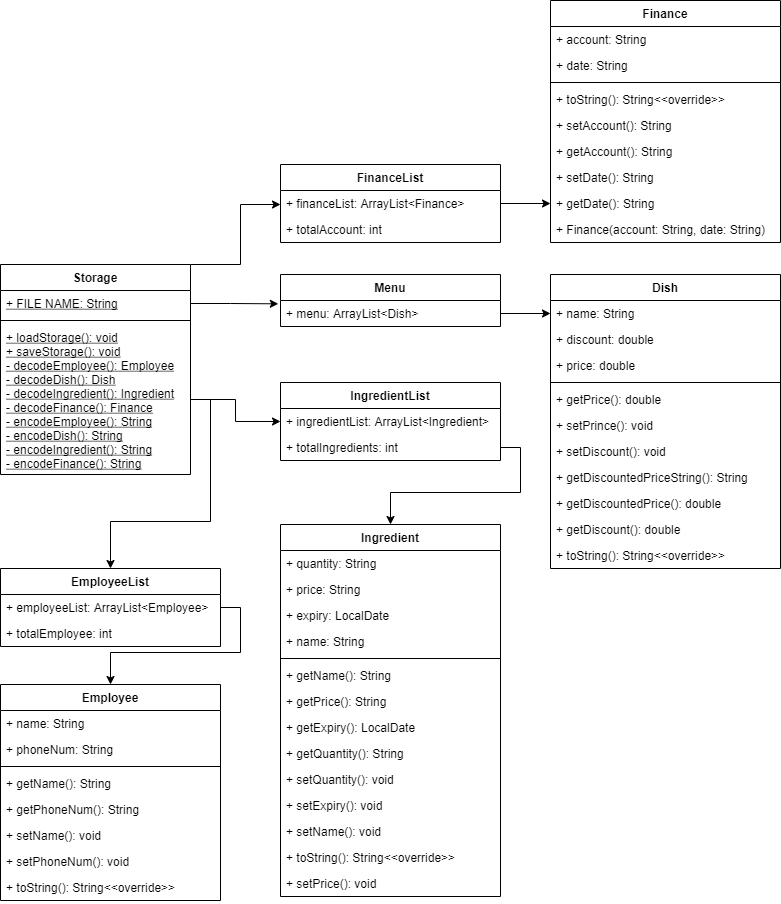
Above: docs/Diagrams/Storage.png in nus-cs2113-AY2122S1/tp (draw.io), before the change. Source tidied: cells renumbered, new cells last; positions are measured from the earlier drawing's top-left corner, leaving out a move shared by most shapes.
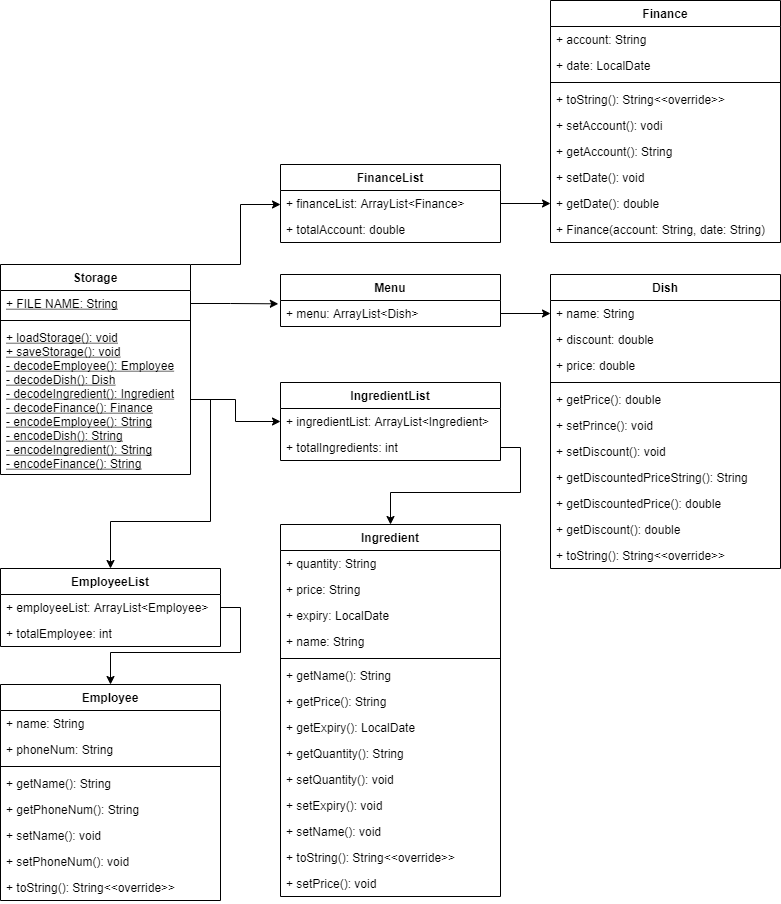
After the commit.

Diff of the diagram source:
```diff
@@ -61,7 +61,7 @@
     <mxCell id="17" value="+ financeList: ArrayList&lt;Finance&gt;" style="text;strokeColor=none;fillColor=none;align=left;verticalAlign=top;spacingLeft=4;spacingRight=4;overflow=hidden;points=[[0,0.5],[1,0.5]];portConstraint=eastwest;" parent="16" vertex="1">
       <mxGeometry y="26" width="220" height="26" as="geometry" />
     </mxCell>
-    <mxCell id="18" value="+ totalAccount: int" style="text;strokeColor=none;fillColor=none;align=left;verticalAlign=top;spacingLeft=4;spacingRight=4;overflow=hidden;" parent="16" vertex="1">
+    <mxCell id="18" value="+ totalAccount: double" style="text;strokeColor=none;fillColor=none;align=left;verticalAlign=top;spacingLeft=4;spacingRight=4;overflow=hidden;" parent="16" vertex="1">
       <mxGeometry y="52" width="220" height="26" as="geometry" />
     </mxCell>
     <mxCell id="19" style="edgeStyle=orthogonalEdgeStyle;rounded=0;jettySize=auto;html=1;exitX=1;exitY=0.5;exitDx=0;exitDy=0;" parent="1" edge="1" source="17">
@@ -75,7 +75,7 @@
     <mxCell id="21" value="+ account: String " style="text;strokeColor=none;fillColor=none;align=left;verticalAlign=top;spacingLeft=4;spacingRight=4;overflow=hidden;" parent="20" vertex="1">
       <mxGeometry y="26" width="230" height="26" as="geometry" />
     </mxCell>
-    <mxCell id="22" value="+ date: String&#10;" style="text;strokeColor=none;fillColor=none;align=left;verticalAlign=top;spacingLeft=4;spacingRight=4;overflow=hidden;" parent="20" vertex="1">
+    <mxCell id="22" value="+ date: LocalDate&#10;" style="text;strokeColor=none;fillColor=none;align=left;verticalAlign=top;spacingLeft=4;spacingRight=4;overflow=hidden;" parent="20" vertex="1">
       <mxGeometry y="52" width="230" height="26" as="geometry" />
     </mxCell>
     <mxCell id="23" style="line;strokeWidth=1;fillColor=none;align=left;verticalAlign=middle;spacingTop=-1;spacingLeft=3;spacingRight=3;labelPosition=right;" parent="20" vertex="1">
@@ -84,16 +84,16 @@
     <mxCell id="24" value="+ toString(): String&lt;&lt;override&gt;&gt;" style="text;strokeColor=none;fillColor=none;align=left;verticalAlign=top;spacingLeft=4;spacingRight=4;overflow=hidden;" parent="20" vertex="1">
       <mxGeometry y="86" width="230" height="26" as="geometry" />
     </mxCell>
-    <mxCell id="25" value="+ setAccount(): String" style="text;strokeColor=none;fillColor=none;align=left;verticalAlign=top;spacingLeft=4;spacingRight=4;overflow=hidden;" parent="20" vertex="1">
+    <mxCell id="25" value="+ setAccount(): vodi" style="text;strokeColor=none;fillColor=none;align=left;verticalAlign=top;spacingLeft=4;spacingRight=4;overflow=hidden;" parent="20" vertex="1">
       <mxGeometry y="112" width="230" height="26" as="geometry" />
     </mxCell>
     <mxCell id="26" value="+ getAccount(): String" style="text;strokeColor=none;fillColor=none;align=left;verticalAlign=top;spacingLeft=4;spacingRight=4;overflow=hidden;" parent="20" vertex="1">
       <mxGeometry y="138" width="230" height="26" as="geometry" />
     </mxCell>
-    <mxCell id="27" value="+ setDate(): String" style="text;strokeColor=none;fillColor=none;align=left;verticalAlign=top;spacingLeft=4;spacingRight=4;overflow=hidden;" parent="20" vertex="1">
+    <mxCell id="27" value="+ setDate(): void" style="text;strokeColor=none;fillColor=none;align=left;verticalAlign=top;spacingLeft=4;spacingRight=4;overflow=hidden;" parent="20" vertex="1">
       <mxGeometry y="164" width="230" height="26" as="geometry" />
     </mxCell>
-    <mxCell id="28" value="+ getDate(): String" style="text;strokeColor=none;fillColor=none;align=left;verticalAlign=top;spacingLeft=4;spacingRight=4;overflow=hidden;" parent="20" vertex="1">
+    <mxCell id="28" value="+ getDate(): double" style="text;strokeColor=none;fillColor=none;align=left;verticalAlign=top;spacingLeft=4;spacingRight=4;overflow=hidden;" parent="20" vertex="1">
       <mxGeometry y="190" width="230" height="26" as="geometry" />
     </mxCell>
     <mxCell id="29" value="+ Finance(account: String, date: String)" style="text;strokeColor=none;fillColor=none;align=left;verticalAlign=top;spacingLeft=4;spacingRight=4;overflow=hidden;" parent="20" vertex="1">
```
